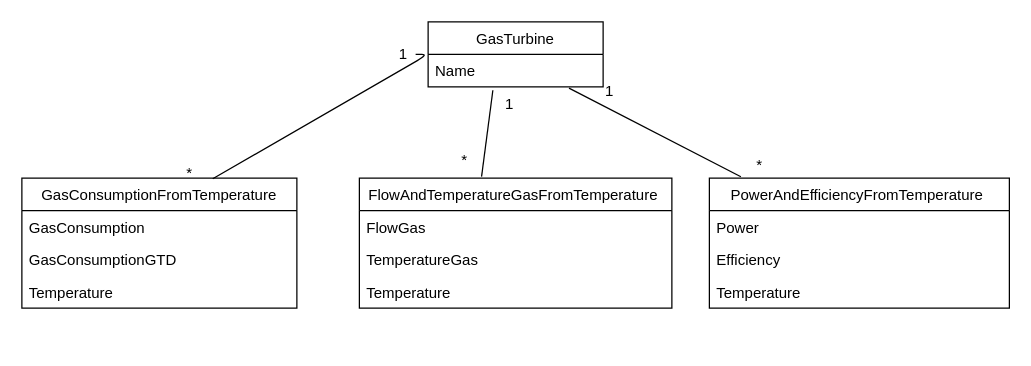
Above: Kuznetsov.drawio in AleksandrKuznetsov/DataBase (draw.io), before the change. Source tidied: cells renumbered, new cells numbered last; positions are measured from the earlier drawing's top-left corner, leaving out a move shared by most shapes. Both pictures are drawn from the tidied source at 125%, with x=0, y=0 at pixel (21, 21).
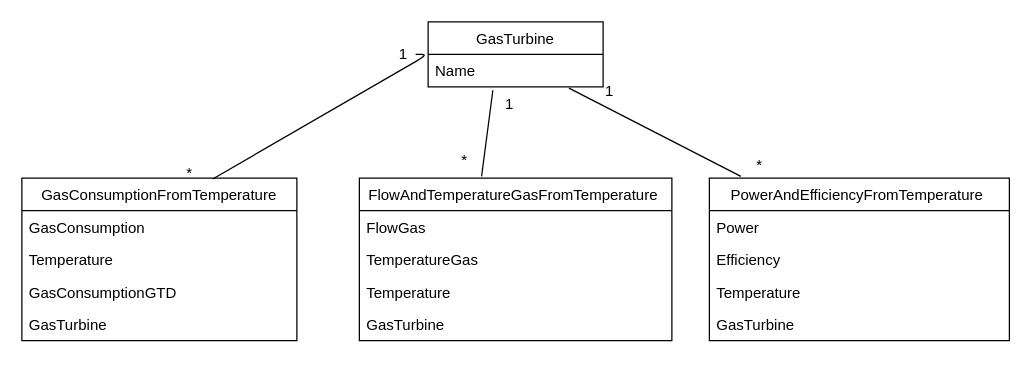
After the change.

What changed in the source:
```diff
@@
     <mxCell id="4" value="PowerAndEfficiencyFromTemperature " style="swimlane;fontStyle=0;horizontal=1;startSize=26;fillColor=none;" parent="1" vertex="1">
-      <mxGeometry x="550" y="125" width="240" height="104" as="geometry" />
+      <mxGeometry x="550" y="125" width="240" height="130" as="geometry" />
     </mxCell>
@@
+    <mxCell id="25" value="GasTurbine" style="text;strokeColor=none;fillColor=none;align=left;verticalAlign=top;spacingLeft=4;spacingRight=4;overflow=hidden;" parent="4" vertex="1">
+      <mxGeometry y="104" width="240" height="26" as="geometry" />
+    </mxCell>
     <mxCell id="8" value="GasConsumptionFromTemperature" style="swimlane;fontStyle=0;horizontal=1;startSize=26;fillColor=none;" parent="1" vertex="1">
-      <mxGeometry y="125" width="220" height="104" as="geometry" />
+      <mxGeometry y="125" width="220" height="130" as="geometry" />
     </mxCell>
@@
+    <mxCell id="26" value="Temperature&#10;" style="text;strokeColor=none;fillColor=none;align=left;verticalAlign=top;spacingLeft=4;spacingRight=4;overflow=hidden;" parent="8" vertex="1">
+      <mxGeometry y="52" width="220" height="26" as="geometry" />
+    </mxCell>
     <mxCell id="10" value="GasConsumptionGTD" style="text;strokeColor=none;fillColor=none;align=left;verticalAlign=top;spacingLeft=4;spacingRight=4;overflow=hidden;" parent="8" vertex="1">
-      <mxGeometry y="52" width="220" height="26" as="geometry" />
+      <mxGeometry y="78" width="220" height="26" as="geometry" />
     </mxCell>
-    <mxCell id="11" value="Temperature&#10;" style="text;strokeColor=none;fillColor=none;align=left;verticalAlign=top;spacingLeft=4;spacingRight=4;overflow=hidden;" parent="8" vertex="1">
-      <mxGeometry y="78" width="220" height="26" as="geometry" />
+    <mxCell id="11" value="GasTurbine" style="text;strokeColor=none;fillColor=none;align=left;verticalAlign=top;spacingLeft=4;spacingRight=4;overflow=hidden;" parent="8" vertex="1">
+      <mxGeometry y="104" width="220" height="26" as="geometry" />
     </mxCell>
     <mxCell id="12" value="FlowAndTemperatureGasFromTemperature " style="swimlane;fontStyle=0;horizontal=1;startSize=26;fillColor=none;" parent="1" vertex="1">
-      <mxGeometry x="270" y="125" width="250" height="104" as="geometry" />
+      <mxGeometry x="270" y="125" width="250" height="130" as="geometry" />
     </mxCell>
@@
+    <mxCell id="27" value="GasTurbine" style="text;strokeColor=none;fillColor=none;align=left;verticalAlign=top;spacingLeft=4;spacingRight=4;overflow=hidden;" parent="12" vertex="1">
+      <mxGeometry y="104" width="250" height="26" as="geometry" />
+    </mxCell>
```
